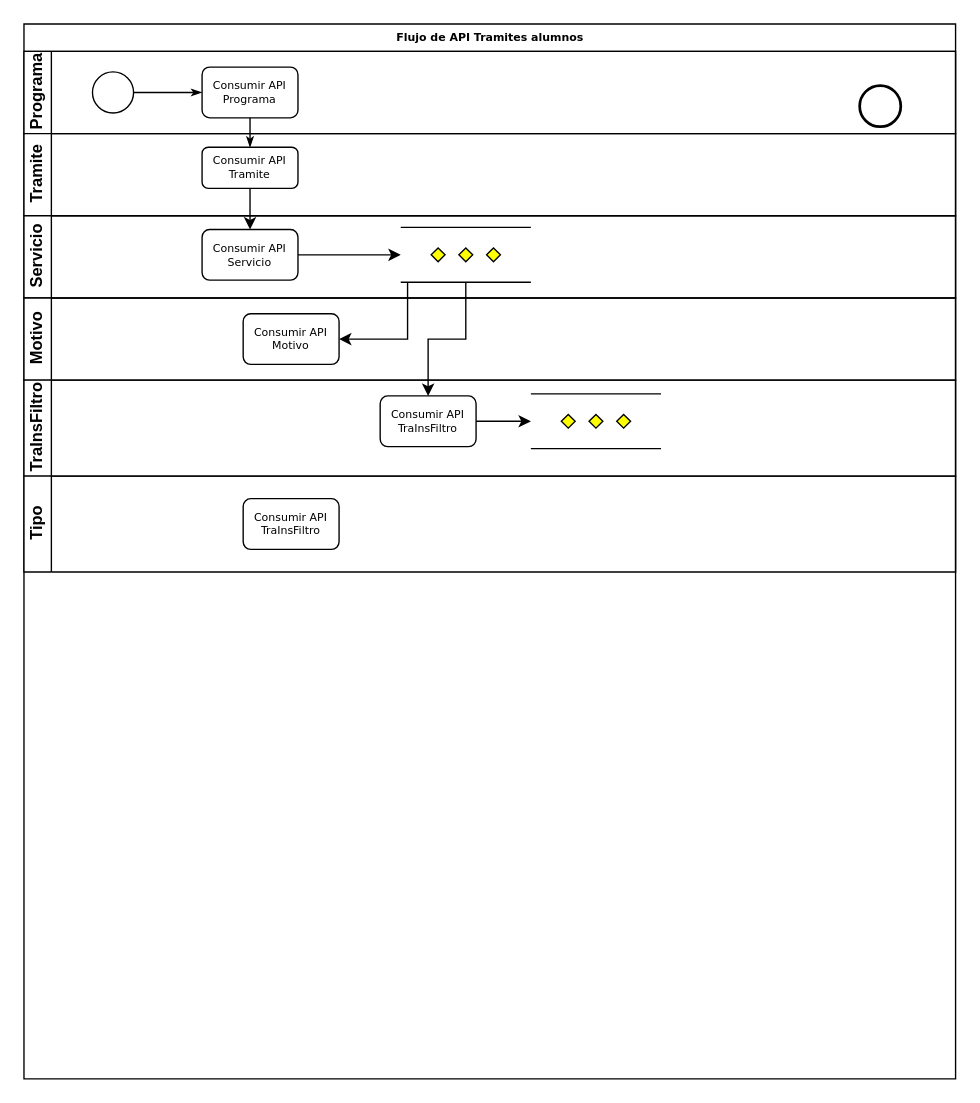
JairGRC/UCV keeps this draw.io diagram as Tramites/Diagrama sin título.drawio. Above is the earlier version. Source tidied: cells renumbered, new cells numbered last; positions are measured from the earlier drawing's top-left corner, leaving out a move shared by most shapes. Both pictures are drawn from the tidied source at 137%, with x=0, y=0 at pixel (23, 23).
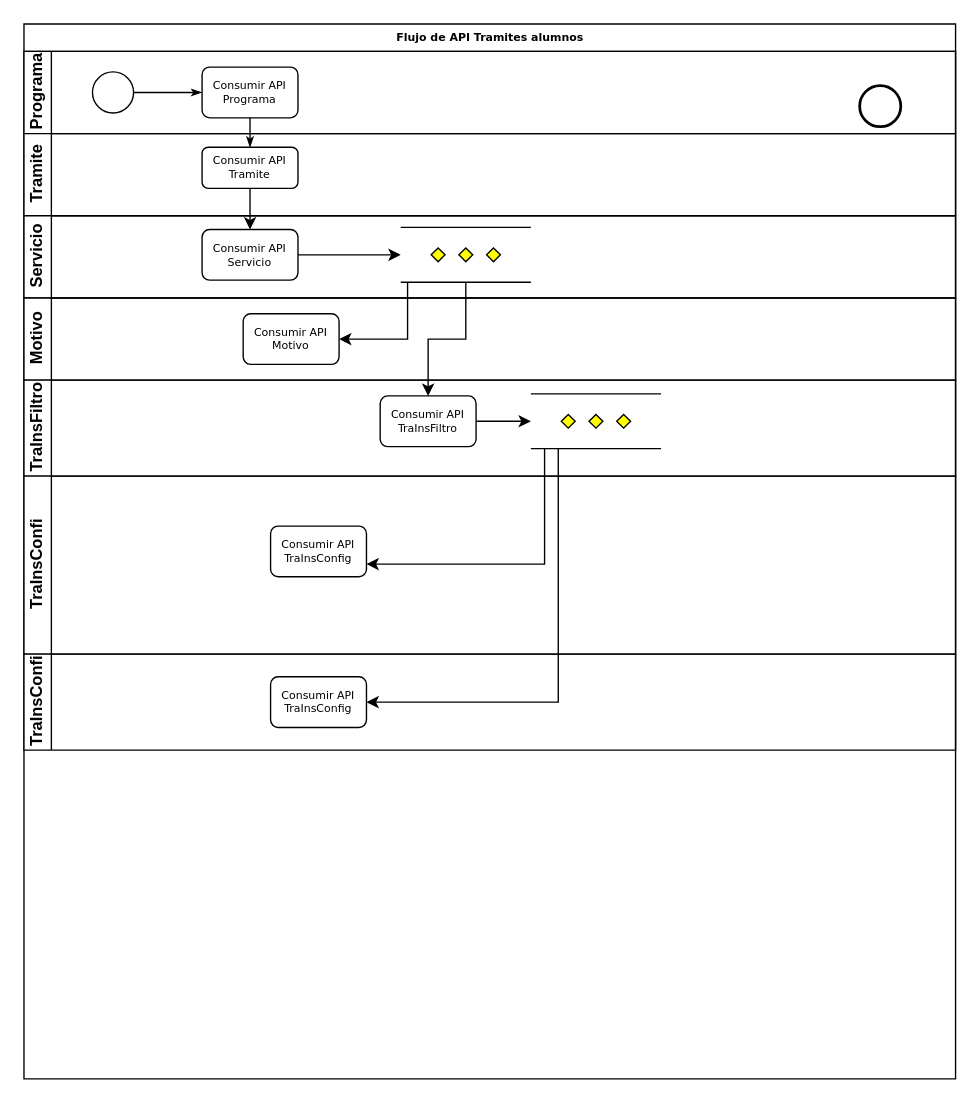
After the change.

Commit message:
Agregando API

Unchanged cells that the change refers to:
```xml
<mxCell id="2" value="Flujo de API Tramites alumnos" style="swimlane;html=1;horizontal=1;startSize=20;rounded=0;shadow=0;labelBackgroundColor=none;strokeWidth=1;fontFamily=Verdana;fontSize=8;align=center;" parent="1" vertex="1">
  <mxGeometry width="680" height="770" as="geometry" />
</mxCell>
<mxCell id="19" style="verticalLabelPosition=bottom;verticalAlign=top;html=1;shape=mxgraph.flowchart.parallel_mode;" parent="16" vertex="1">
  <mxGeometry x="370" y="10" width="95" height="40" as="geometry" />
</mxCell>
```

Diff of the diagram source:
```diff
@@
+    <mxCell id="26" value="TraInsConfi" style="swimlane;html=1;startSize=20;horizontal=0;" parent="2" vertex="1">
+      <mxGeometry y="330" width="680" height="130" as="geometry" />
+    </mxCell>
+    <mxCell id="27" value="Consumir API TraInsConfig" style="rounded=1;whiteSpace=wrap;html=1;shadow=0;labelBackgroundColor=none;strokeWidth=1;fontFamily=Verdana;fontSize=8;align=center;" parent="26" vertex="1">
+      <mxGeometry x="180" y="36.5" width="70" height="37" as="geometry" />
+    </mxCell>
-    <mxCell id="20" value="Tipo" style="swimlane;html=1;startSize=20;horizontal=0;" parent="2" vertex="1">
-      <mxGeometry y="330" width="680" height="70" as="geometry" />
+    <mxCell id="20" value="TraInsConfi" style="swimlane;html=1;startSize=20;horizontal=0;" parent="2" vertex="1">
+      <mxGeometry y="460" width="680" height="70" as="geometry" />
     </mxCell>
-    <mxCell id="21" value="Consumir API TraInsFiltro" style="rounded=1;whiteSpace=wrap;html=1;shadow=0;labelBackgroundColor=none;strokeWidth=1;fontFamily=Verdana;fontSize=8;align=center;" parent="20" vertex="1">
-      <mxGeometry x="160" y="16.5" width="70" height="37" as="geometry" />
+    <mxCell id="21" value="Consumir API TraInsConfig" style="rounded=1;whiteSpace=wrap;html=1;shadow=0;labelBackgroundColor=none;strokeWidth=1;fontFamily=Verdana;fontSize=8;align=center;" parent="20" vertex="1">
+      <mxGeometry x="180" y="16.5" width="70" height="37" as="geometry" />
     </mxCell>
@@
+    <mxCell id="28" style="edgeStyle=orthogonalEdgeStyle;rounded=0;jettySize=auto;html=1;entryX=1;entryY=0.75;entryDx=0;entryDy=0;" parent="2" edge="1" source="19" target="27">
+      <mxGeometry relative="1" as="geometry">
+        <Array as="points">
+          <mxPoint x="380" y="394" />
+        </Array>
+      </mxGeometry>
+    </mxCell>
+    <mxCell id="29" style="edgeStyle=orthogonalEdgeStyle;rounded=0;jettySize=auto;html=1;entryX=1;entryY=0.5;entryDx=0;entryDy=0;" parent="2" edge="1" source="19" target="21">
+      <mxGeometry relative="1" as="geometry">
+        <Array as="points">
+          <mxPoint x="390" y="495" />
+        </Array>
+      </mxGeometry>
+    </mxCell>
```
